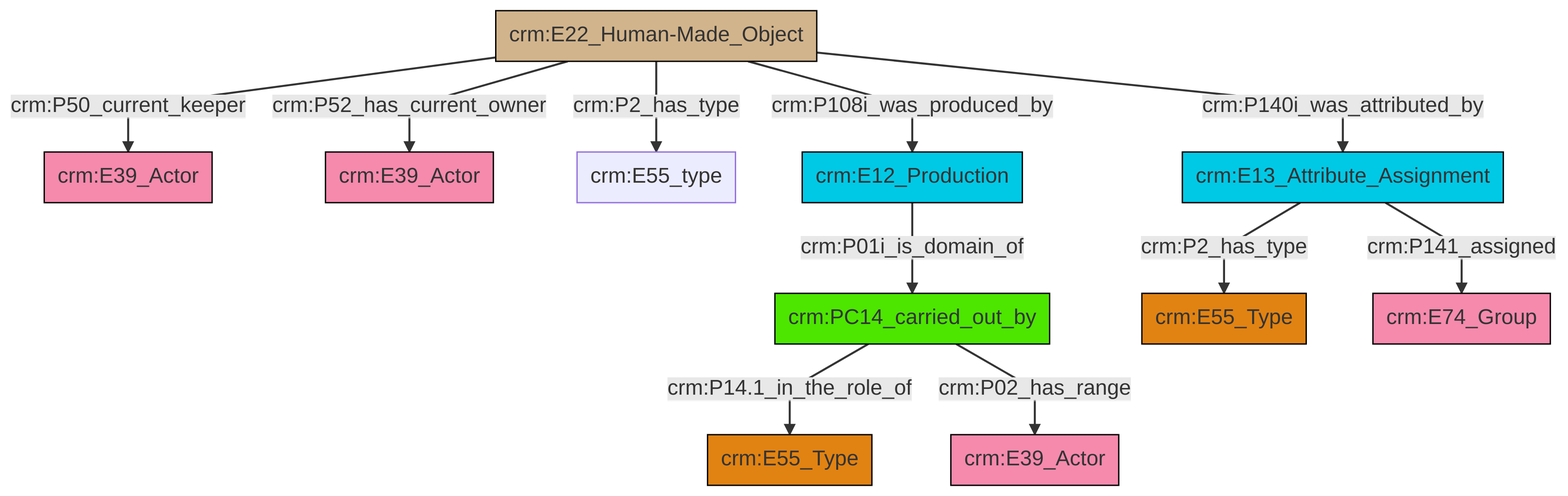
Above: et/artworkCSV/ttl/mmd/png/Artwork_Actor_Relations.png in swiss-art-research-net/docs.swissartresearch (Mermaid), before the change. Its source is kept beside it as et/artworkCSV/ttl/mmd/Artwork_Actor_Relations.ttl.mmd.
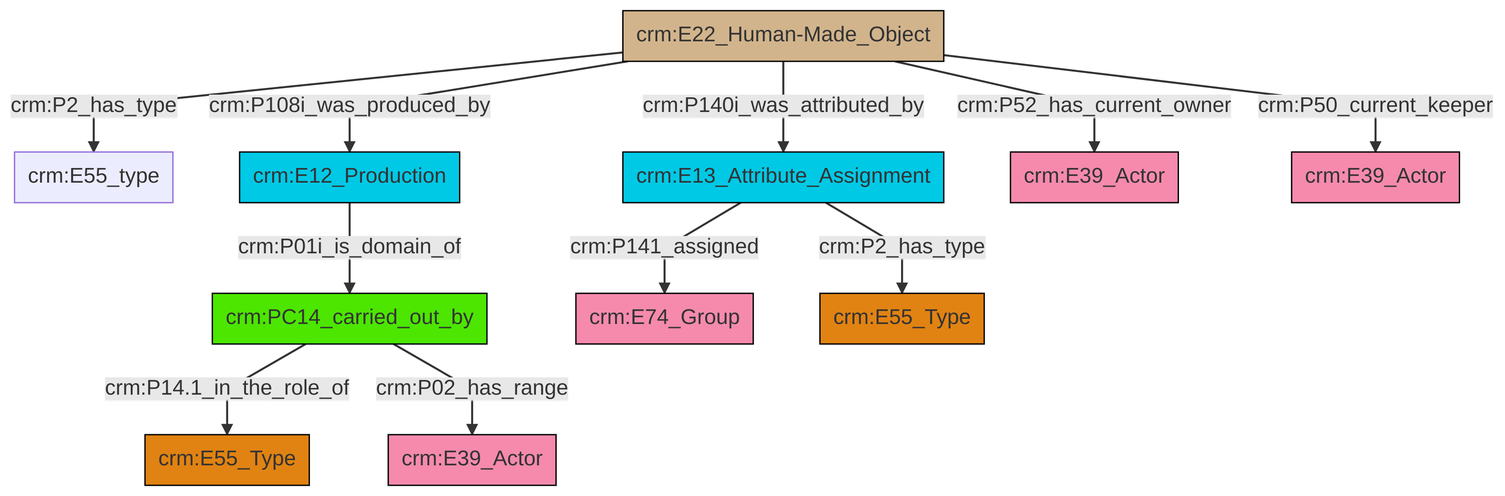
After the change.

What changed in the source:
```diff
@@ -13,13 +13,13 @@
 classDef PC_Classes fill:#4ce600, stroke:#000000;
 classDef Multi fill:#cccccc,stroke:#000000;
 
-0["crm:E22_Human-Made_Object"]:::Physical_Thing -->|crm:P50_current_keeper| 1["crm:E39_Actor"]:::Actor
-0["crm:E22_Human-Made_Object"]:::Physical_Thing -->|crm:P52_has_current_owner| 2["crm:E39_Actor"]:::Actor
-3["crm:E13_Attribute_Assignment"]:::Temporal_Entity -->|crm:P2_has_type| 4["crm:E55_Type"]:::Type
-6["crm:PC14_carried_out_by"]:::PC_Classes -->|crm:P14.1_in_the_role_of| 7["crm:E55_Type"]:::Type
-0["crm:E22_Human-Made_Object"]:::Physical_Thing -->|crm:P2_has_type| 9["crm:E55_type"]:::Default
-3["crm:E13_Attribute_Assignment"]:::Temporal_Entity -->|crm:P141_assigned| 10["crm:E74_Group"]:::Actor
-14["crm:E12_Production"]:::Temporal_Entity -->|crm:P01i_is_domain_of| 6["crm:PC14_carried_out_by"]:::PC_Classes
-0["crm:E22_Human-Made_Object"]:::Physical_Thing -->|crm:P108i_was_produced_by| 14["crm:E12_Production"]:::Temporal_Entity
-6["crm:PC14_carried_out_by"]:::PC_Classes -->|crm:P02_has_range| 16["crm:E39_Actor"]:::Actor
-0["crm:E22_Human-Made_Object"]:::Physical_Thing -->|crm:P140i_was_attributed_by| 3["crm:E13_Attribute_Assignment"]:::Temporal_Entity
+0["crm:PC14_carried_out_by"]:::PC_Classes -->|crm:P14.1_in_the_role_of| 1["crm:E55_Type"]:::Type
+4["crm:E22_Human-Made_Object"]:::Physical_Thing -->|crm:P2_has_type| 5["crm:E55_type"]:::Default
+6["crm:E13_Attribute_Assignment"]:::Temporal_Entity -->|crm:P2_has_type| 7["crm:E55_Type"]:::Type
+4["crm:E22_Human-Made_Object"]:::Physical_Thing -->|crm:P108i_was_produced_by| 10["crm:E12_Production"]:::Temporal_Entity
+10["crm:E12_Production"]:::Temporal_Entity -->|crm:P01i_is_domain_of| 0["crm:PC14_carried_out_by"]:::PC_Classes
+4["crm:E22_Human-Made_Object"]:::Physical_Thing -->|crm:P52_has_current_owner| 11["crm:E39_Actor"]:::Actor
+0["crm:PC14_carried_out_by"]:::PC_Classes -->|crm:P02_has_range| 16["crm:E39_Actor"]:::Actor
+6["crm:E13_Attribute_Assignment"]:::Temporal_Entity -->|crm:P141_assigned| 2["crm:E74_Group"]:::Actor
+4["crm:E22_Human-Made_Object"]:::Physical_Thing -->|crm:P140i_was_attributed_by| 6["crm:E13_Attribute_Assignment"]:::Temporal_Entity
+4["crm:E22_Human-Made_Object"]:::Physical_Thing -->|crm:P50_current_keeper| 17["crm:E39_Actor"]:::Actor
```
